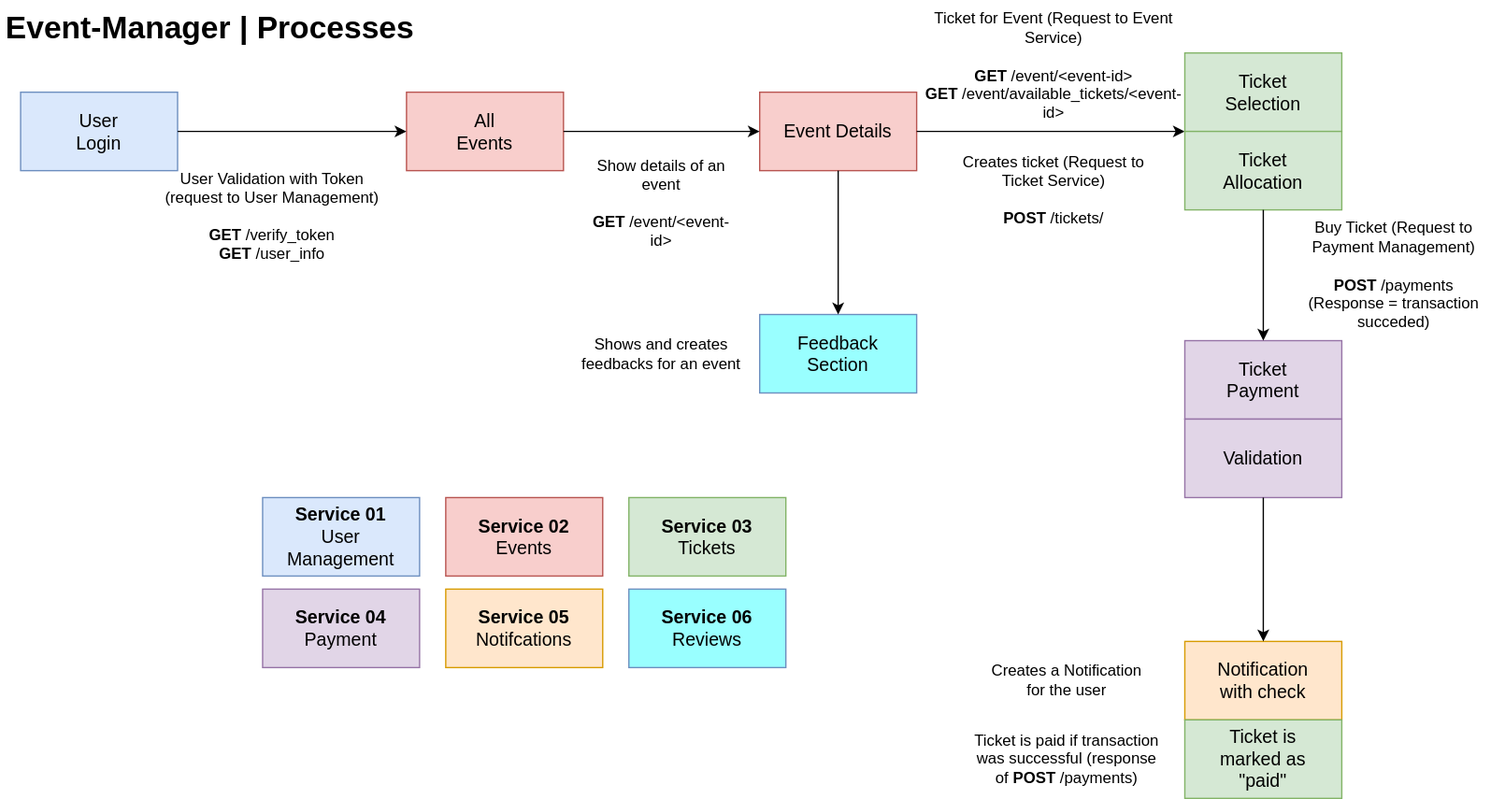
The draw.io diagram Process_Detailed.drawio.svg in zVSciy/EventManager, before a commit. Source tidied: cells renumbered, new cells last; positions are measured from the earlier drawing's top-left corner, leaving out a move shared by most shapes.
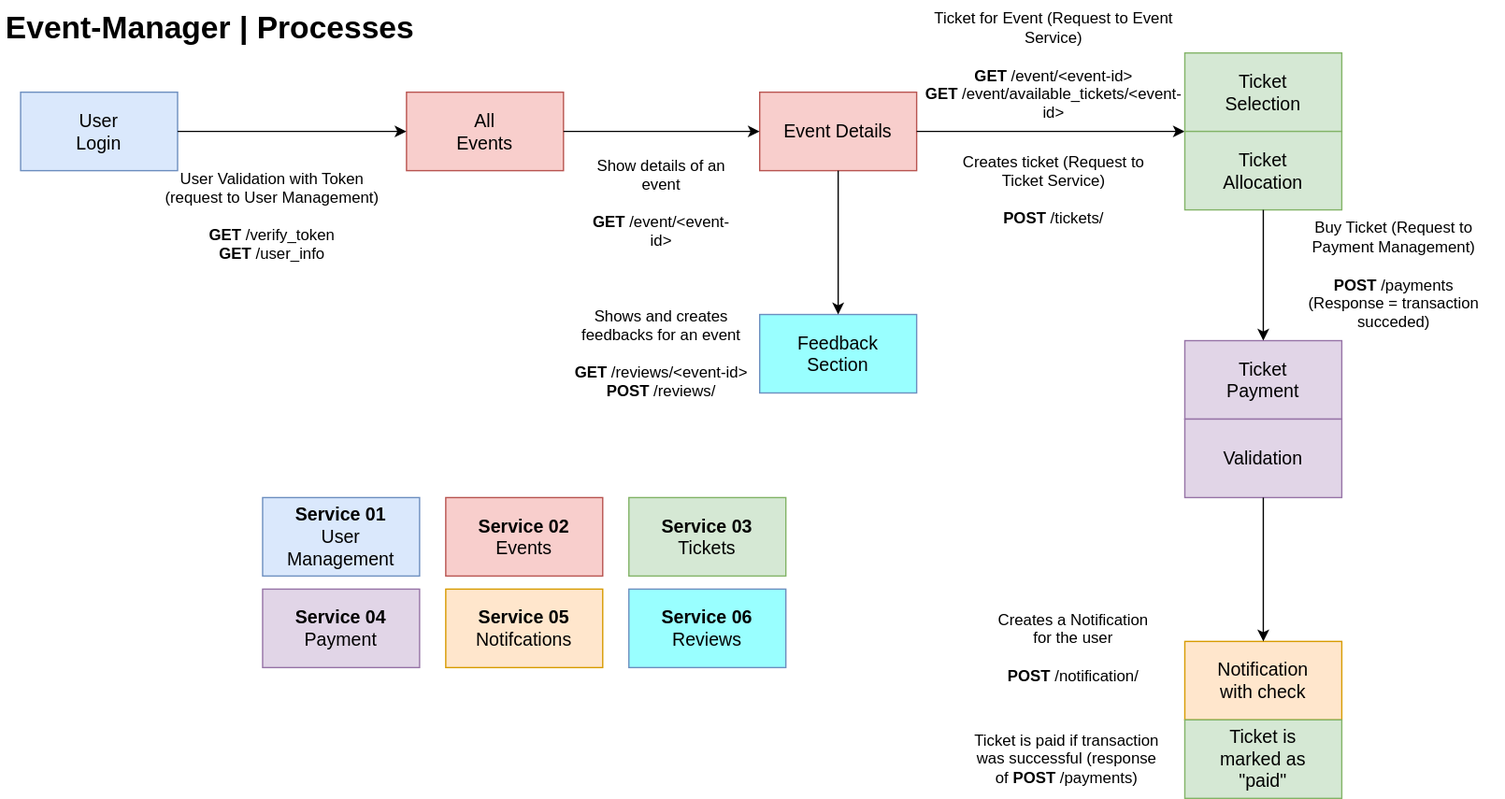
The same diagram one commit later.

The edit, as a diff of the source:
```diff
@@ -137,10 +137,10 @@
     <mxCell id="46" value="&lt;div&gt;Creates&amp;nbsp;&lt;span style=&quot;background-color: initial;&quot;&gt;ticket (Request to Ticket Service)&lt;/span&gt;&lt;/div&gt;&lt;div&gt;&lt;br&gt;&lt;/div&gt;&lt;div&gt;&lt;b&gt;POST &lt;/b&gt;/tickets/&lt;br&gt;&lt;/div&gt;" style="text;html=1;align=center;verticalAlign=middle;whiteSpace=wrap;rounded=0;" parent="1" vertex="1">
       <mxGeometry x="730" y="100" width="150" height="90" as="geometry" />
     </mxCell>
-    <mxCell id="47" value="Creates a Notification for the user" style="text;html=1;align=center;verticalAlign=middle;whiteSpace=wrap;rounded=0;" parent="1" vertex="1">
-      <mxGeometry x="755" y="505" width="120" height="30" as="geometry" />
+    <mxCell id="47" value="Creates a Notification for the user&lt;div&gt;&lt;br&gt;&lt;/div&gt;&lt;div&gt;&lt;b&gt;POST&lt;/b&gt; /notification/&lt;/div&gt;" style="text;html=1;align=center;verticalAlign=middle;whiteSpace=wrap;rounded=0;" parent="1" vertex="1">
+      <mxGeometry x="760" y="480" width="120" height="30" as="geometry" />
     </mxCell>
-    <mxCell id="48" value="Shows and creates feedbacks for an event" style="text;html=1;align=center;verticalAlign=middle;whiteSpace=wrap;rounded=0;" parent="1" vertex="1">
+    <mxCell id="48" value="Shows and creates feedbacks for an event&lt;div&gt;&lt;br&gt;&lt;/div&gt;&lt;div&gt;&lt;b&gt;GET&lt;/b&gt; /reviews/&amp;lt;event-id&amp;gt;&lt;/div&gt;&lt;div&gt;&lt;b&gt;POST&lt;/b&gt; /reviews/&lt;/div&gt;" style="text;html=1;align=center;verticalAlign=middle;whiteSpace=wrap;rounded=0;" parent="1" vertex="1">
       <mxGeometry x="430" y="240" width="150" height="60" as="geometry" />
     </mxCell>
   </root>
```
